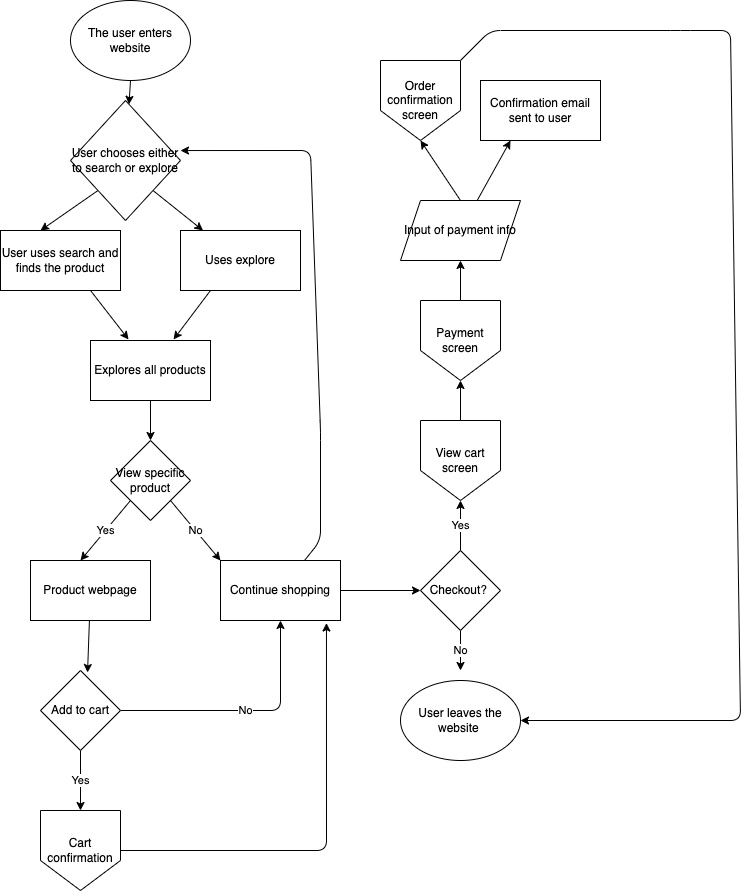
Above: expose/diagramming/diagram.drawio.png in asaini27/sp24-cse110-lab4 (draw.io), before the change. Source tidied: cells renumbered, new cells last; positions are measured from the earlier drawing's top-left corner, leaving out a move shared by most shapes.
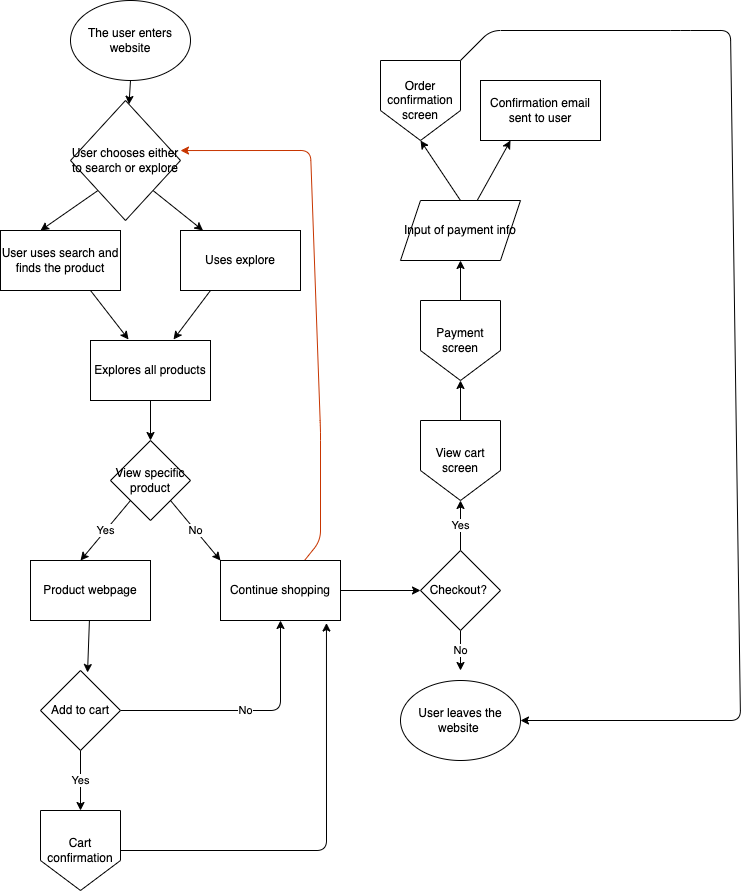
After the change.

Commit message:
made diagram

The edit, as a diff of the source:
```diff
@@ -88,7 +88,7 @@
     <mxCell id="23" value="Cart confirmation" style="shape=offPageConnector;whiteSpace=wrap;html=1;" parent="1" vertex="1">
       <mxGeometry x="40" y="810" width="80" height="80" as="geometry" />
     </mxCell>
-    <mxCell id="24" style="edgeStyle=none;html=1;entryX=1;entryY=0.417;entryDx=0;entryDy=0;entryPerimeter=0;" parent="1" edge="1" source="26" target="6">
+    <mxCell id="24" style="edgeStyle=none;html=1;entryX=1;entryY=0.417;entryDx=0;entryDy=0;entryPerimeter=0;fillColor=#fa6800;strokeColor=#C73500;" parent="1" edge="1" source="26" target="6">
       <mxGeometry relative="1" as="geometry">
         <Array as="points">
           <mxPoint x="320" y="540" />
```
